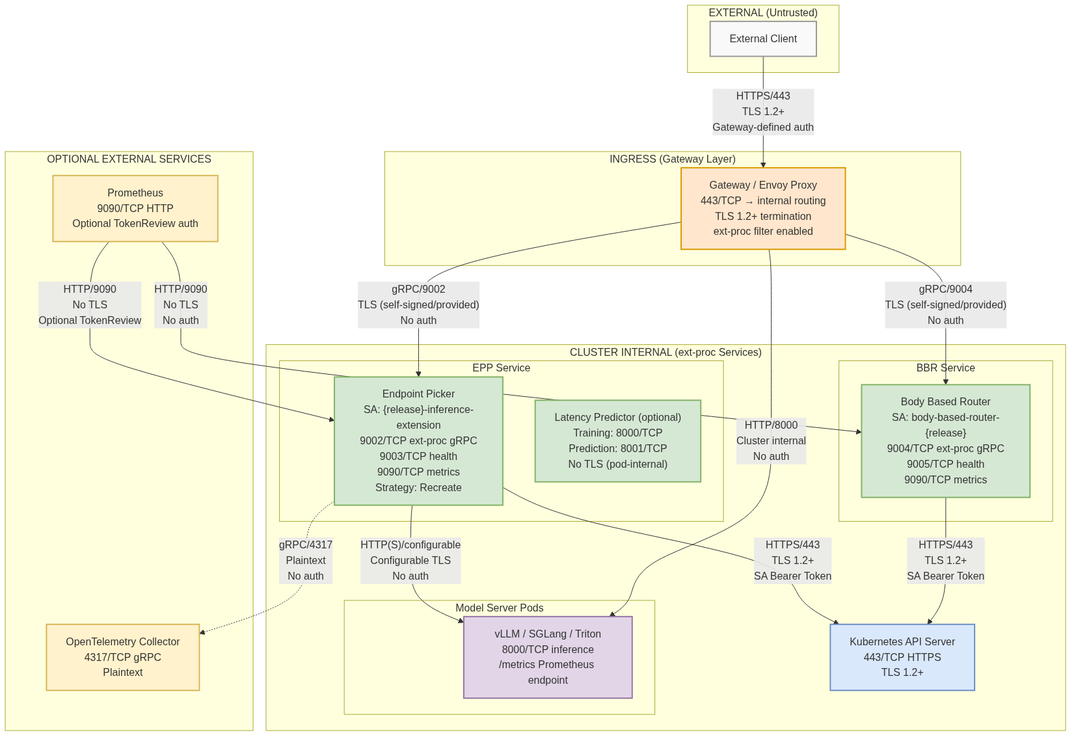
Before: architecture/rhoai.next/diagrams/gateway-api-inference-extension-security-network.png, a diagram exported from Mermaid (rhuss/architecture-context). Its source is kept beside it as architecture/rhoai.next/diagrams/gateway-api-inference-extension-security-network.mmd. The source it was exported from:
```mermaid
graph TB
    subgraph External["EXTERNAL (Untrusted)"]
        Client["External Client"]
    end

    subgraph Ingress["INGRESS (Gateway Layer)"]
        Gateway["Gateway / Envoy Proxy<br/>443/TCP → internal routing<br/>TLS 1.2+ termination<br/>ext-proc filter enabled"]
    end

    subgraph ClusterInternal["CLUSTER INTERNAL (ext-proc Services)"]
        direction TB

        subgraph NS_BBR["BBR Service"]
            BBR["Body Based Router<br/>SA: body-based-router-{release}<br/>9004/TCP ext-proc gRPC<br/>9005/TCP health<br/>9090/TCP metrics"]
        end

        subgraph NS_EPP["EPP Service"]
            EPP["Endpoint Picker<br/>SA: {release}-inference-extension<br/>9002/TCP ext-proc gRPC<br/>9003/TCP health<br/>9090/TCP metrics<br/>Strategy: Recreate"]
            LatencyPredictor["Latency Predictor (optional)<br/>Training: 8000/TCP<br/>Prediction: 8001/TCP<br/>No TLS (pod-internal)"]
        end

        K8sAPI["Kubernetes API Server<br/>443/TCP HTTPS<br/>TLS 1.2+"]

        subgraph ModelServers["Model Server Pods"]
            ModelPod["vLLM / SGLang / Triton<br/>8000/TCP inference<br/>/metrics Prometheus endpoint"]
        end
    end

    subgraph OptionalServices["OPTIONAL EXTERNAL SERVICES"]
        OTel["OpenTelemetry Collector<br/>4317/TCP gRPC<br/>Plaintext"]
        Prometheus["Prometheus<br/>9090/TCP HTTP<br/>Optional TokenReview auth"]
    end

    Client -->|"HTTPS/443<br/>TLS 1.2+<br/>Gateway-defined auth"| Gateway
    Gateway -->|"gRPC/9004<br/>TLS (self-signed/provided)<br/>No auth"| BBR
    Gateway -->|"gRPC/9002<br/>TLS (self-signed/provided)<br/>No auth"| EPP
    Gateway -->|"HTTP/8000<br/>Cluster internal<br/>No auth"| ModelPod

    BBR -->|"HTTPS/443<br/>TLS 1.2+<br/>SA Bearer Token"| K8sAPI
    EPP -->|"HTTPS/443<br/>TLS 1.2+<br/>SA Bearer Token"| K8sAPI
    EPP -->|"HTTP(S)/configurable<br/>Configurable TLS<br/>No auth"| ModelPod

    EPP -.->|"gRPC/4317<br/>Plaintext<br/>No auth"| OTel
    Prometheus -->|"HTTP/9090<br/>No TLS<br/>Optional TokenReview"| EPP
    Prometheus -->|"HTTP/9090<br/>No TLS<br/>No auth"| BBR

    classDef external fill:#f9f9f9,stroke:#999,stroke-width:2px
    classDef ingress fill:#ffe6cc,stroke:#d79b00,stroke-width:2px
    classDef clusterservice fill:#d5e8d4,stroke:#82b366,stroke-width:2px
    classDef k8s fill:#dae8fc,stroke:#6c8ebf,stroke-width:2px
    classDef modelserver fill:#e1d5e7,stroke:#9673a6,stroke-width:2px
    classDef optional fill:#fff2cc,stroke:#d6b656,stroke-width:2px

    class Client external
    class Gateway ingress
    class EPP,BBR,LatencyPredictor clusterservice
    class K8sAPI k8s
    class ModelPod modelserver
    class OTel,Prometheus optional
```
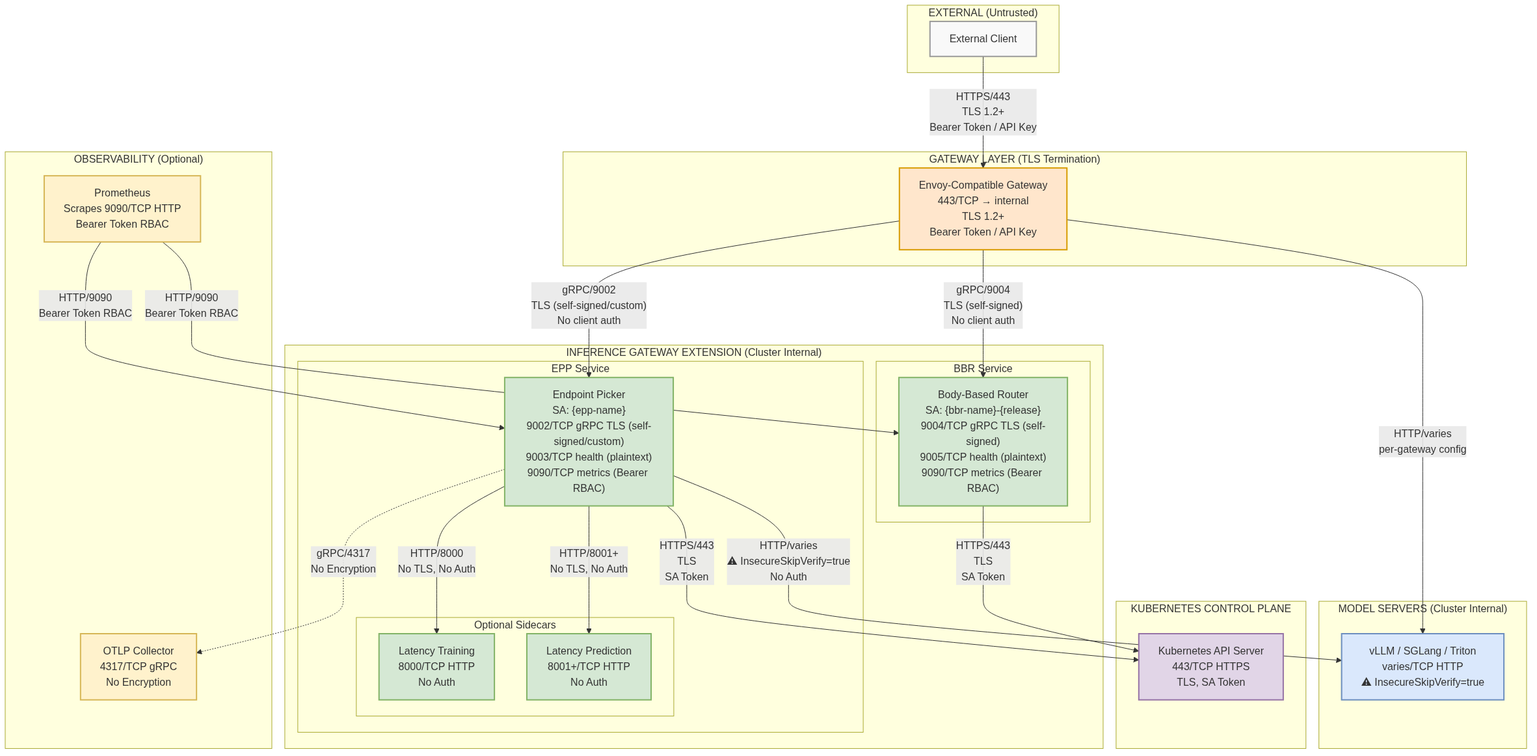
The same diagram one commit later.

The edit, as a diff of the source:
```diff
@@ -3,57 +3,70 @@
         Client["External Client"]
     end
 
-    subgraph Ingress["INGRESS (Gateway Layer)"]
-        Gateway["Gateway / Envoy Proxy<br/>443/TCP → internal routing<br/>TLS 1.2+ termination<br/>ext-proc filter enabled"]
+    subgraph GatewayLayer["GATEWAY LAYER (TLS Termination)"]
+        Gateway["Envoy-Compatible Gateway<br/>443/TCP → internal<br/>TLS 1.2+<br/>Bearer Token / API Key"]
     end
 
-    subgraph ClusterInternal["CLUSTER INTERNAL (ext-proc Services)"]
+    subgraph IGW_Internal["INFERENCE GATEWAY EXTENSION (Cluster Internal)"]
         direction TB
 
-        subgraph NS_BBR["BBR Service"]
-            BBR["Body Based Router<br/>SA: body-based-router-{release}<br/>9004/TCP ext-proc gRPC<br/>9005/TCP health<br/>9090/TCP metrics"]
+        subgraph BBR_Zone["BBR Service"]
+            BBR["Body-Based Router<br/>SA: {bbr-name}-{release}<br/>9004/TCP gRPC TLS (self-signed)<br/>9005/TCP health (plaintext)<br/>9090/TCP metrics (Bearer RBAC)"]
         end
 
-        subgraph NS_EPP["EPP Service"]
-            EPP["Endpoint Picker<br/>SA: {release}-inference-extension<br/>9002/TCP ext-proc gRPC<br/>9003/TCP health<br/>9090/TCP metrics<br/>Strategy: Recreate"]
-            LatencyPredictor["Latency Predictor (optional)<br/>Training: 8000/TCP<br/>Prediction: 8001/TCP<br/>No TLS (pod-internal)"]
-        end
+        subgraph EPP_Zone["EPP Service"]
+            EPP["Endpoint Picker<br/>SA: {epp-name}<br/>9002/TCP gRPC TLS (self-signed/custom)<br/>9003/TCP health (plaintext)<br/>9090/TCP metrics (Bearer RBAC)"]
 
-        K8sAPI["Kubernetes API Server<br/>443/TCP HTTPS<br/>TLS 1.2+"]
-
-        subgraph ModelServers["Model Server Pods"]
-            ModelPod["vLLM / SGLang / Triton<br/>8000/TCP inference<br/>/metrics Prometheus endpoint"]
+            subgraph Sidecars["Optional Sidecars"]
+                Training["Latency Training<br/>8000/TCP HTTP<br/>No Auth"]
+                Prediction["Latency Prediction<br/>8001+/TCP HTTP<br/>No Auth"]
+            end
         end
     end
 
-    subgraph OptionalServices["OPTIONAL EXTERNAL SERVICES"]
-        OTel["OpenTelemetry Collector<br/>4317/TCP gRPC<br/>Plaintext"]
-        Prometheus["Prometheus<br/>9090/TCP HTTP<br/>Optional TokenReview auth"]
+    subgraph ModelServers["MODEL SERVERS (Cluster Internal)"]
+        Models["vLLM / SGLang / Triton<br/>varies/TCP HTTP<br/>⚠ InsecureSkipVerify=true"]
     end
 
-    Client -->|"HTTPS/443<br/>TLS 1.2+<br/>Gateway-defined auth"| Gateway
-    Gateway -->|"gRPC/9004<br/>TLS (self-signed/provided)<br/>No auth"| BBR
-    Gateway -->|"gRPC/9002<br/>TLS (self-signed/provided)<br/>No auth"| EPP
-    Gateway -->|"HTTP/8000<br/>Cluster internal<br/>No auth"| ModelPod
+    subgraph ControlPlane["KUBERNETES CONTROL PLANE"]
+        K8sAPI["Kubernetes API Server<br/>443/TCP HTTPS<br/>TLS, SA Token"]
+    end
 
-    BBR -->|"HTTPS/443<br/>TLS 1.2+<br/>SA Bearer Token"| K8sAPI
-    EPP -->|"HTTPS/443<br/>TLS 1.2+<br/>SA Bearer Token"| K8sAPI
-    EPP -->|"HTTP(S)/configurable<br/>Configurable TLS<br/>No auth"| ModelPod
+    subgraph Observability["OBSERVABILITY (Optional)"]
+        Prometheus["Prometheus<br/>Scrapes 9090/TCP HTTP<br/>Bearer Token RBAC"]
+        OTLP["OTLP Collector<br/>4317/TCP gRPC<br/>No Encryption"]
+    end
 
-    EPP -.->|"gRPC/4317<br/>Plaintext<br/>No auth"| OTel
-    Prometheus -->|"HTTP/9090<br/>No TLS<br/>Optional TokenReview"| EPP
-    Prometheus -->|"HTTP/9090<br/>No TLS<br/>No auth"| BBR
+    Client -->|"HTTPS/443<br/>TLS 1.2+<br/>Bearer Token / API Key"| Gateway
+
+    Gateway -->|"gRPC/9004<br/>TLS (self-signed)<br/>No client auth"| BBR
+    Gateway -->|"gRPC/9002<br/>TLS (self-signed/custom)<br/>No client auth"| EPP
+
+    EPP -->|"HTTP/varies<br/>⚠ InsecureSkipVerify=true<br/>No Auth"| Models
+
+    EPP -->|"HTTPS/443<br/>TLS<br/>SA Token"| K8sAPI
+    BBR -->|"HTTPS/443<br/>TLS<br/>SA Token"| K8sAPI
+
+    Gateway -->|"HTTP/varies<br/>per-gateway config"| Models
+
+    EPP -->|"HTTP/8000<br/>No TLS, No Auth"| Training
+    EPP -->|"HTTP/8001+<br/>No TLS, No Auth"| Prediction
+
+    Prometheus -->|"HTTP/9090<br/>Bearer Token RBAC"| EPP
+    Prometheus -->|"HTTP/9090<br/>Bearer Token RBAC"| BBR
+    EPP -.->|"gRPC/4317<br/>No Encryption"| OTLP
 
     classDef external fill:#f9f9f9,stroke:#999,stroke-width:2px
-    classDef ingress fill:#ffe6cc,stroke:#d79b00,stroke-width:2px
-    classDef clusterservice fill:#d5e8d4,stroke:#82b366,stroke-width:2px
-    classDef k8s fill:#dae8fc,stroke:#6c8ebf,stroke-width:2px
-    classDef modelserver fill:#e1d5e7,stroke:#9673a6,stroke-width:2px
-    classDef optional fill:#fff2cc,stroke:#d6b656,stroke-width:2px
+    classDef gateway fill:#ffe6cc,stroke:#d79b00,stroke-width:2px
+    classDef internal fill:#d5e8d4,stroke:#82b366,stroke-width:2px
+    classDef modelserver fill:#dae8fc,stroke:#6c8ebf,stroke-width:2px
+    classDef controlplane fill:#e1d5e7,stroke:#9673a6,stroke-width:2px
+    classDef observability fill:#fff2cc,stroke:#d6b656,stroke-width:2px
+    classDef warning fill:#f8cecc,stroke:#b85450,stroke-width:2px
 
     class Client external
-    class Gateway ingress
-    class EPP,BBR,LatencyPredictor clusterservice
-    class K8sAPI k8s
-    class ModelPod modelserver
-    class OTel,Prometheus optional
+    class Gateway gateway
+    class BBR,EPP,Training,Prediction internal
+    class Models modelserver
+    class K8sAPI controlplane
+    class Prometheus,OTLP observability
```
